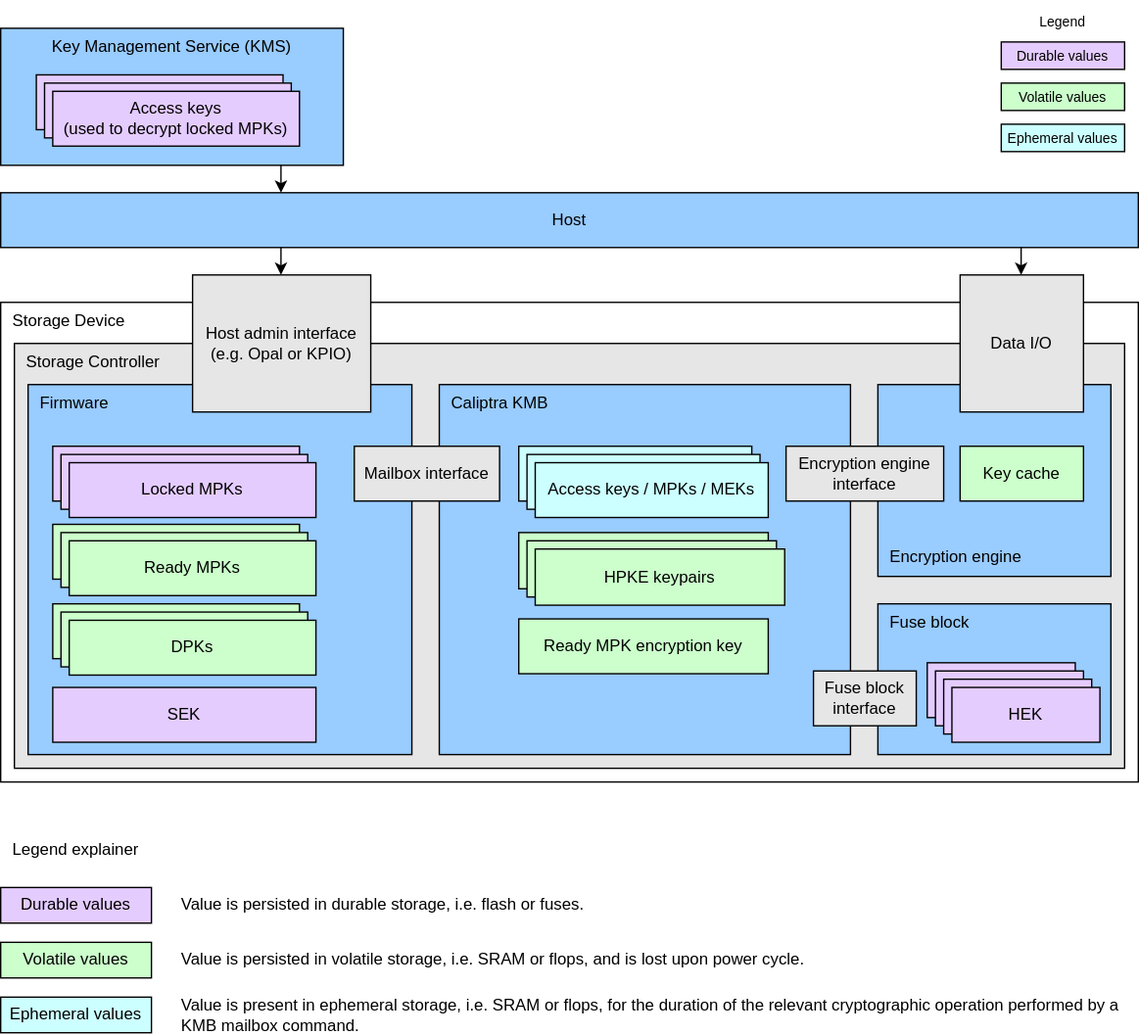
The draw.io diagram doc/ocp_lock/diagrams/architecture_diagram.drawio.svg in chipsalliance/Caliptra, before a commit. Source tidied: cells renumbered, new cells last; positions are measured from the earlier drawing's top-left corner, leaving out a move shared by most shapes.
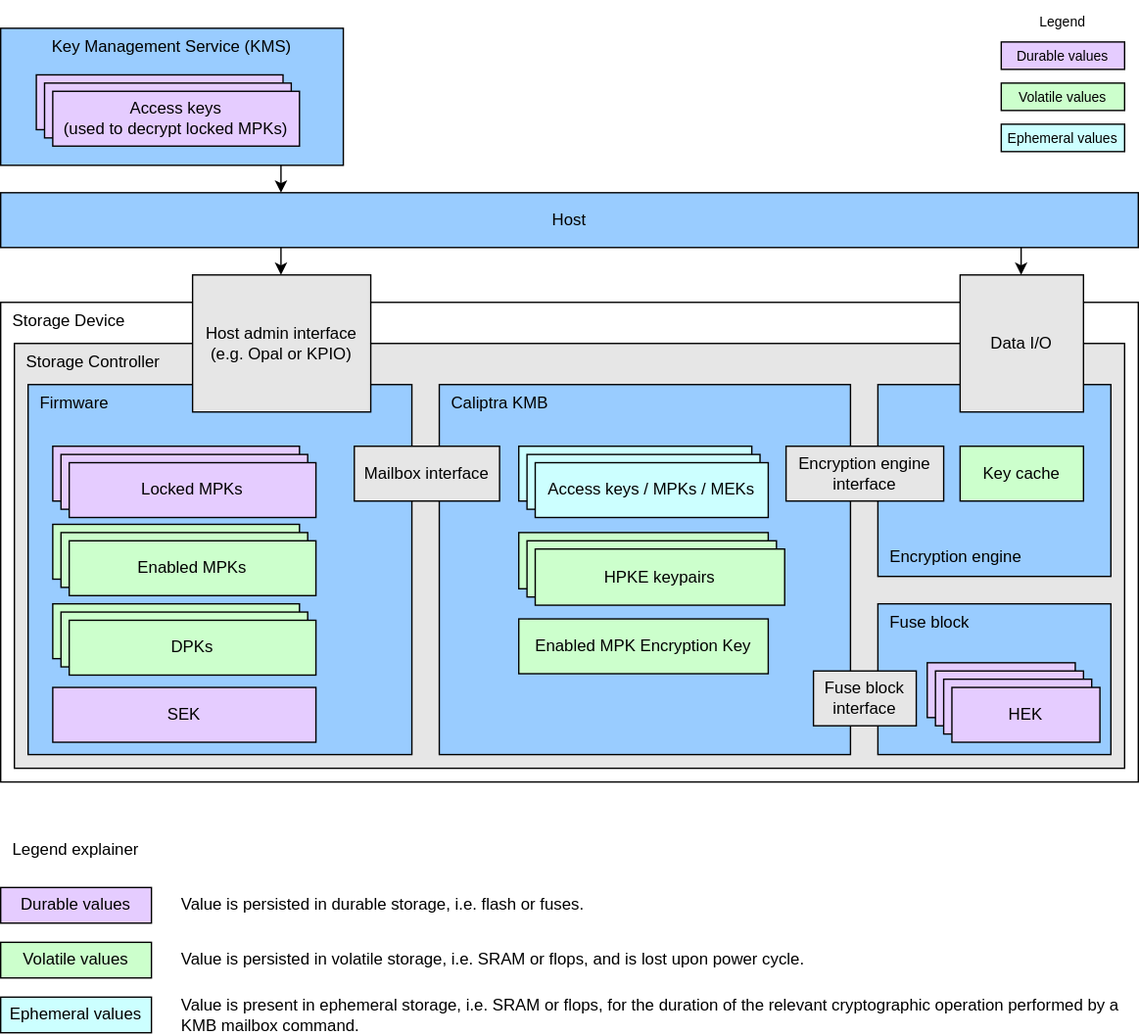
The same file after the commit.

Commit message:
Rename "Ready MPK" to "Enabled MPK".

Change to the diagram source:
```diff
@@ -56,10 +56,10 @@
     <mxCell id="19" value="Locked MPKs" style="rounded=0;whiteSpace=wrap;html=1;align=center;verticalAlign=middle;shadow=0;glass=0;spacingLeft=0;spacingBottom=0;spacingTop=0;fillColor=#E5CCFF;" parent="1" vertex="1">
       <mxGeometry x="50" y="337" width="180" height="40" as="geometry" />
     </mxCell>
-    <mxCell id="20" value="Ready MPKs" style="rounded=0;whiteSpace=wrap;html=1;align=center;verticalAlign=middle;shadow=0;glass=0;spacingLeft=0;spacingBottom=0;spacingTop=0;fillColor=#CCFFCC;" parent="1" vertex="1">
+    <mxCell id="20" value="Enabled MPKs" style="rounded=0;whiteSpace=wrap;html=1;align=center;verticalAlign=middle;shadow=0;glass=0;spacingLeft=0;spacingBottom=0;spacingTop=0;fillColor=#CCFFCC;" parent="1" vertex="1">
       <mxGeometry x="50" y="394" width="180" height="40" as="geometry" />
     </mxCell>
-    <mxCell id="21" value="Ready MPK encryption key" style="rounded=0;whiteSpace=wrap;html=1;align=center;verticalAlign=middle;shadow=0;glass=0;spacingLeft=0;spacingBottom=0;spacingTop=0;fillColor=#CCFFCC;" parent="1" vertex="1">
+    <mxCell id="21" value="Enabled MPK Encryption Key" style="rounded=0;whiteSpace=wrap;html=1;align=center;verticalAlign=middle;shadow=0;glass=0;spacingLeft=0;spacingBottom=0;spacingTop=0;fillColor=#CCFFCC;" parent="1" vertex="1">
       <mxGeometry x="378" y="451" width="182" height="40" as="geometry" />
     </mxCell>
     <mxCell id="22" style="endArrow=classic;html=1;" parent="1" edge="1">
```
